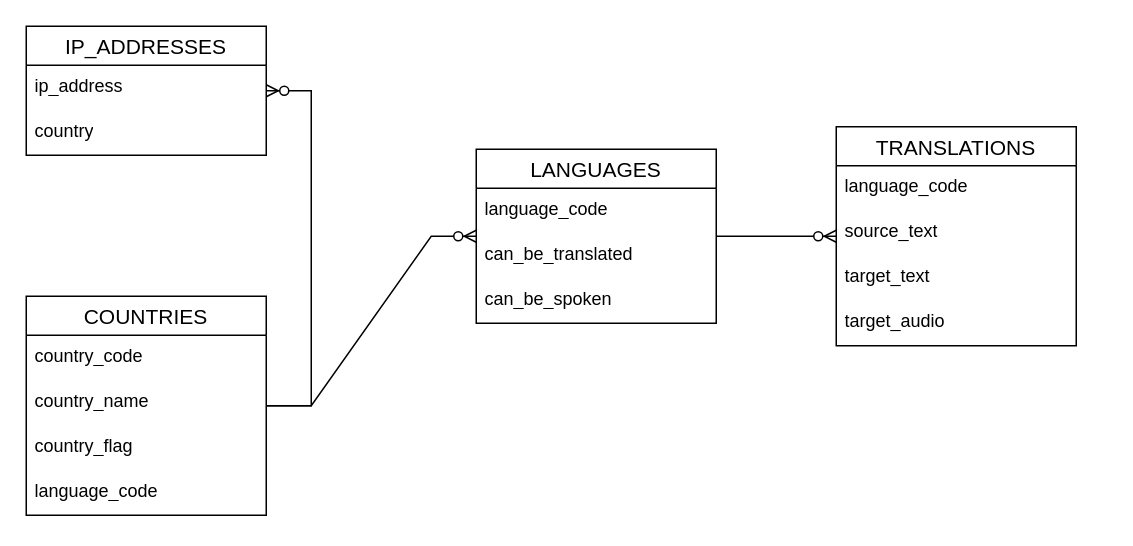
Above: page "logical_design" (2 of 3) of documentation/ERD.drawio in LucaBalduzziNI/nimbus-intelligence-coh2-python-project (draw.io), before the change. Source tidied: cells renumbered, new cells numbered last; positions are measured from the earlier drawing's top-left corner, leaving out a move shared by most shapes. Both pictures are drawn from the tidied source at 150%, with x=0, y=0 at pixel (26, 26).
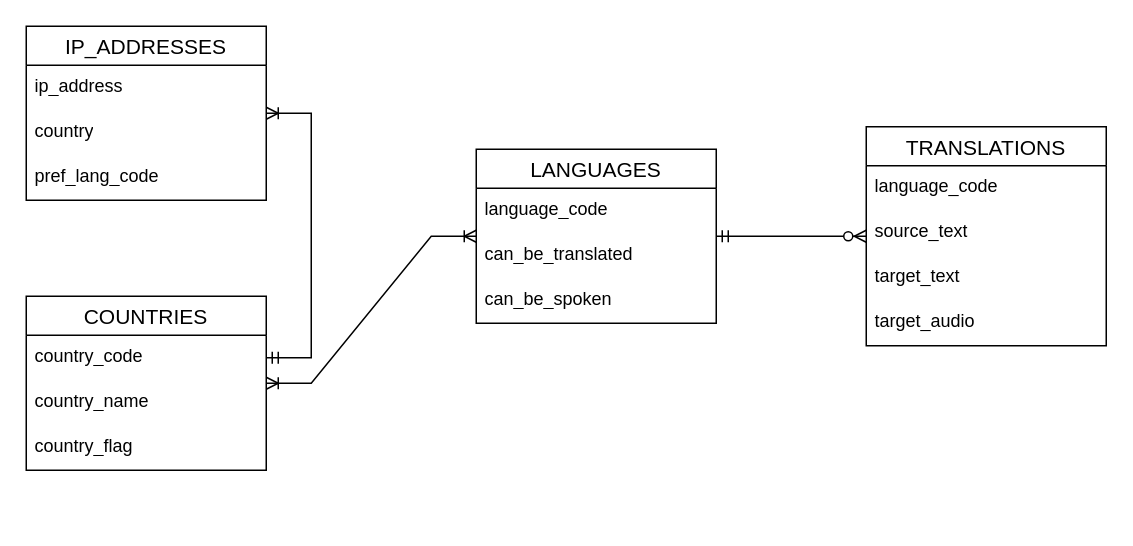
After the change.

Unchanged cells that the change refers to:
```xml
<mxCell id="5" value="LANGUAGES" style="swimlane;fontStyle=0;horizontal=1;startSize=26;align=center;fontSize=14;" parent="1" vertex="1">
  <mxGeometry x="300" y="82" width="160" height="116" as="geometry" />
</mxCell>
<mxCell id="16" value="country_code" style="text;strokeColor=none;fillColor=none;spacingLeft=4;spacingRight=4;overflow=hidden;points=[[0,0.5],[1,0.5]];portConstraint=eastwest;fontSize=12;whiteSpace=wrap;html=1;" parent="15" vertex="1">
  <mxGeometry y="26" width="160" height="30" as="geometry" />
</mxCell>
```

What changed in the source:
```diff
@@
     <mxCell id="2" value="IP_ADDRESSES" style="swimlane;fontStyle=0;horizontal=1;startSize=26;align=center;fontSize=14;" parent="1" vertex="1">
-      <mxGeometry width="160" height="86" as="geometry" />
+      <mxGeometry width="160" height="116" as="geometry" />
     </mxCell>
@@
+    <mxCell id="22" value="pref_lang_code" style="text;strokeColor=none;fillColor=none;spacingLeft=4;spacingRight=4;overflow=hidden;fontSize=12;whiteSpace=wrap;html=1;" parent="2" vertex="1">
+      <mxGeometry y="86" width="160" height="30" as="geometry" />
+    </mxCell>
@@
     <mxCell id="9" value="TRANSLATIONS" style="swimlane;fontStyle=0;horizontal=1;startSize=26;align=center;fontSize=14;" parent="1" vertex="1">
-      <mxGeometry x="540" y="67" width="160" height="146" as="geometry" />
+      <mxGeometry x="560" y="67" width="160" height="146" as="geometry" />
     </mxCell>
@@
-    <mxCell id="14" style="edgeStyle=entityRelationEdgeStyle;fontSize=12;html=1;endArrow=ERzeroToMany;endFill=1;rounded=0;" parent="1" edge="1" source="5" target="9">
+    <mxCell id="14" style="edgeStyle=entityRelationEdgeStyle;fontSize=12;html=1;endArrow=ERzeroToMany;endFill=1;rounded=0;startArrow=ERmandOne;startFill=0;" parent="1" edge="1" source="5" target="9">
       <mxGeometry relative="1" as="geometry" />
     </mxCell>
     <mxCell id="15" value="COUNTRIES" style="swimlane;fontStyle=0;horizontal=1;startSize=26;align=center;fontSize=14;" parent="1" vertex="1">
-      <mxGeometry y="180" width="160" height="146" as="geometry" />
+      <mxGeometry y="180" width="160" height="116" as="geometry" />
     </mxCell>
@@
-    <mxCell id="19" value="language_code" style="text;strokeColor=none;fillColor=none;spacingLeft=4;spacingRight=4;overflow=hidden;fontSize=12;whiteSpace=wrap;html=1;" parent="15" vertex="1">
-      <mxGeometry y="116" width="160" height="30" as="geometry" />
-    </mxCell>
-    <mxCell id="20" style="edgeStyle=entityRelationEdgeStyle;fontSize=12;html=1;endArrow=ERzeroToMany;endFill=1;rounded=0;" parent="1" edge="1" source="15" target="2">
+    <mxCell id="20" style="edgeStyle=entityRelationEdgeStyle;fontSize=12;html=1;endArrow=ERoneToMany;endFill=0;rounded=0;startArrow=ERmandOne;startFill=0;" parent="1" edge="1" source="16" target="2">
       <mxGeometry relative="1" as="geometry" />
     </mxCell>
-    <mxCell id="21" style="edgeStyle=entityRelationEdgeStyle;fontSize=12;html=1;endArrow=ERzeroToMany;endFill=1;rounded=0;" parent="1" edge="1" source="15" target="5">
+    <mxCell id="21" style="edgeStyle=entityRelationEdgeStyle;fontSize=12;html=1;endArrow=ERoneToMany;endFill=0;rounded=0;startArrow=ERoneToMany;startFill=0;" parent="1" edge="1" source="15" target="5">
       <mxGeometry relative="1" as="geometry" />
     </mxCell>
```
